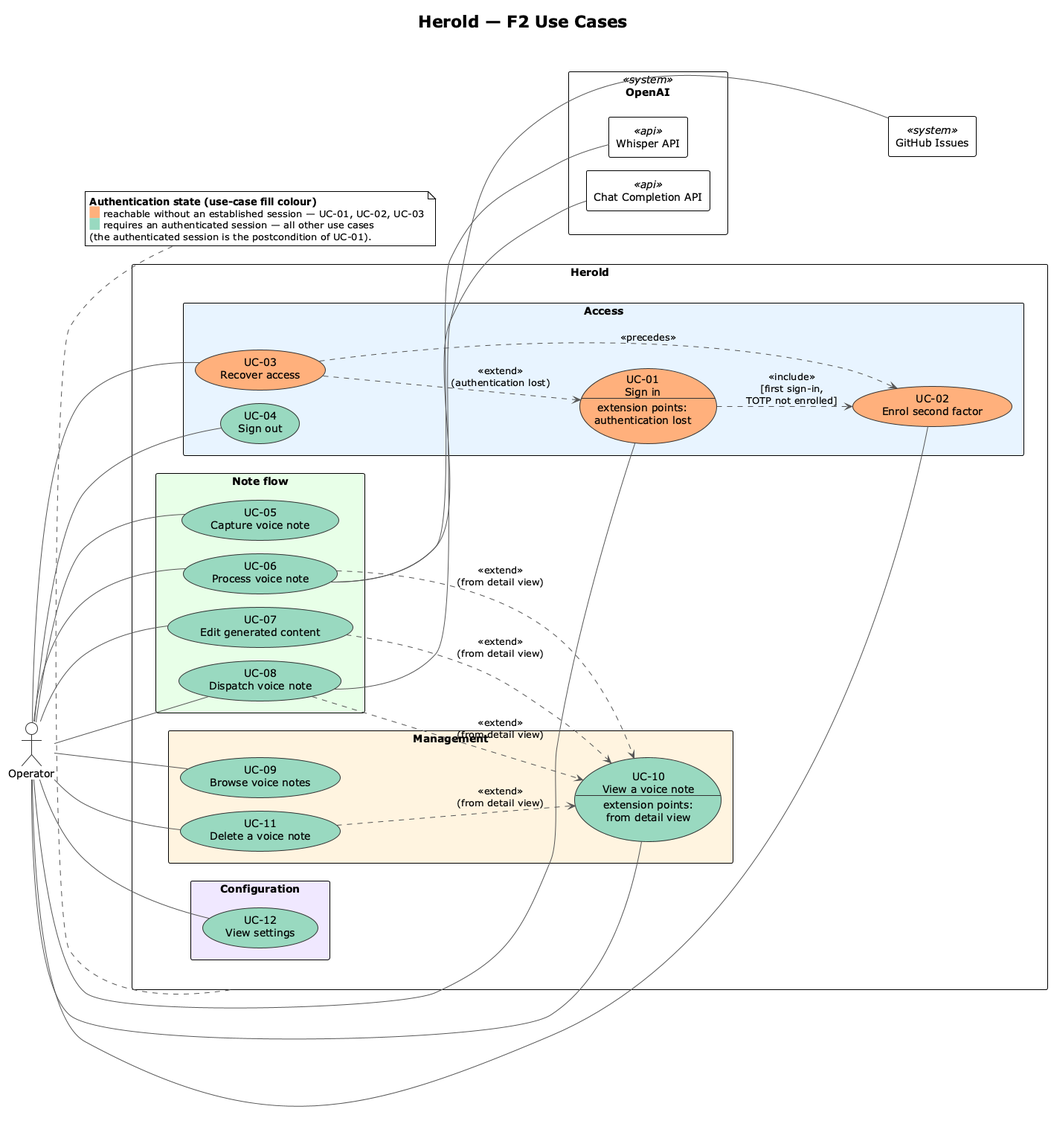
The PlantUML diagram docs/spec/diagrams-png/f2-use-cases.png in carstenlucke/herold, before a commit.
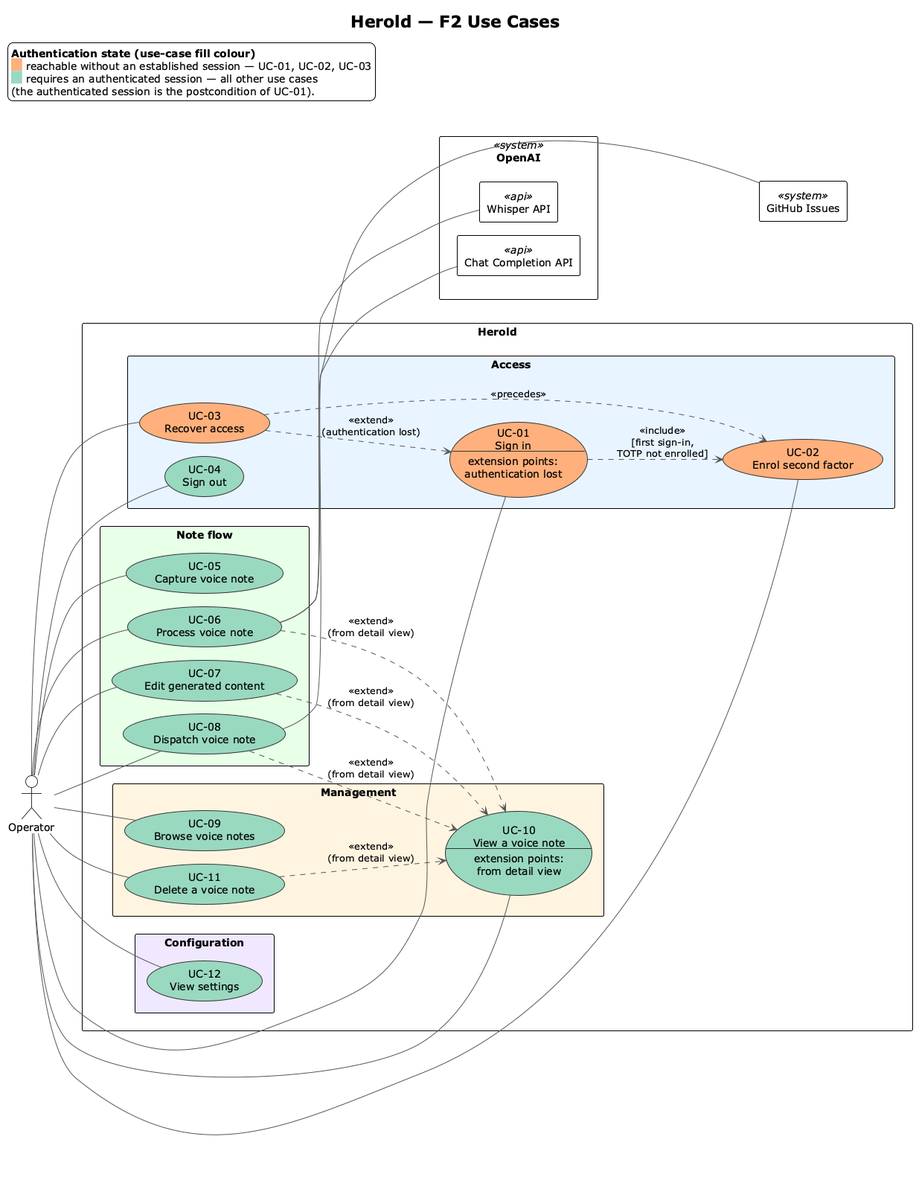
Later version of the same file.

Commit message:
docs(spec): render F2 auth-state annotation as a top-left legend

Switching from `note bottom of HEROLD` to a positioned `legend top
left` block gets rid of the connector line that previously wrapped all
the way around the diagram and parks the annotation in the empty
canvas corner next to the OpenAI/GitHub Issues column.

The edit, as a diff of the source:
```diff
@@ -77,11 +77,11 @@
 
 OPENAI -[hidden]down- GH
 
-note bottom of HEROLD
+legend top left
   **Authentication state (use-case fill colour)**
   <back:#FFB07C>   </back> reachable without an established session — UC-01, UC-02, UC-03
   <back:#99D9C0>   </back> requires an authenticated session — all other use cases
   (the authenticated session is the postcondition of UC-01).
-end note
+end legend
 
 @enduml
```
